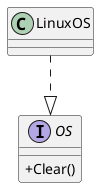
Above: docs/UML/OSUML.png in Nerd452/CMD-RPG-TEST (PlantUML), before the change.
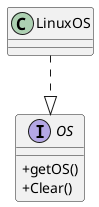
Later version of the same file.

Change to the diagram source:
```diff
@@ -5,7 +5,7 @@
 
 
 interface OS {
-
+    +getOS()
     +Clear()
 
 }
```
